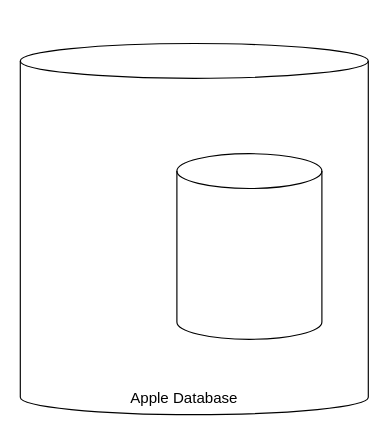
Before: charts/IOSAppLicensing.drawio in Marcus5408/draw.io-charts, a draw.io diagram. Source tidied: cells renumbered, new cells numbered last; positions are measured from the earlier drawing's top-left corner, leaving out a move shared by most shapes. Both pictures are drawn from the tidied source at 116%, with x=0, y=0 at pixel (20, 43).
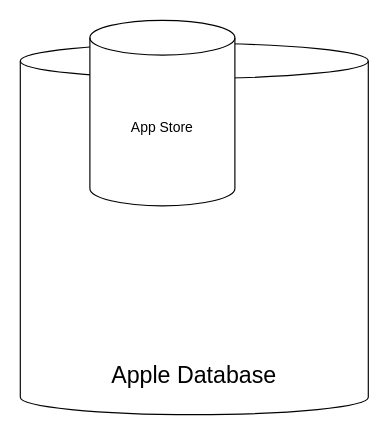
After the change.

The edit, as a diff of the source:
```diff
@@
 <mxGraphModel>
   <root>
     <mxCell id="0" />
     <mxCell id="1" parent="0" />
     <mxCell id="2" style="shape=cylinder3;whiteSpace=wrap;html=1;boundedLbl=1;backgroundOutline=1;size=15;" parent="1" vertex="1">
       <mxGeometry width="300" height="320" as="geometry" />
     </mxCell>
-    <mxCell id="3" value="Apple Database" style="text;html=1;strokeColor=none;fillColor=none;align=center;verticalAlign=middle;whiteSpace=wrap;rounded=0;fontSize=13;" parent="1" vertex="1">
-      <mxGeometry x="70" y="280" width="142.5" height="50" as="geometry" />
+    <mxCell id="3" value="&lt;font style=&quot;font-size: 20px&quot;&gt;Apple Database&lt;/font&gt;" style="text;html=1;strokeColor=none;fillColor=none;align=center;verticalAlign=middle;whiteSpace=wrap;rounded=0;fontSize=13;" parent="1" vertex="1">
+      <mxGeometry x="65" y="260" width="170" height="50" as="geometry" />
     </mxCell>
-    <mxCell id="4" style="shape=cylinder3;whiteSpace=wrap;html=1;boundedLbl=1;backgroundOutline=1;size=15;" parent="1" vertex="1">
-      <mxGeometry x="135" y="95" width="125" height="160" as="geometry" />
+    <mxCell id="4" value="App Store" style="shape=cylinder3;whiteSpace=wrap;html=1;boundedLbl=1;backgroundOutline=1;size=15;" parent="1" vertex="1">
+      <mxGeometry x="60" y="-20" width="125" height="160" as="geometry" />
     </mxCell>
   </root>
 </mxGraphModel>
```
